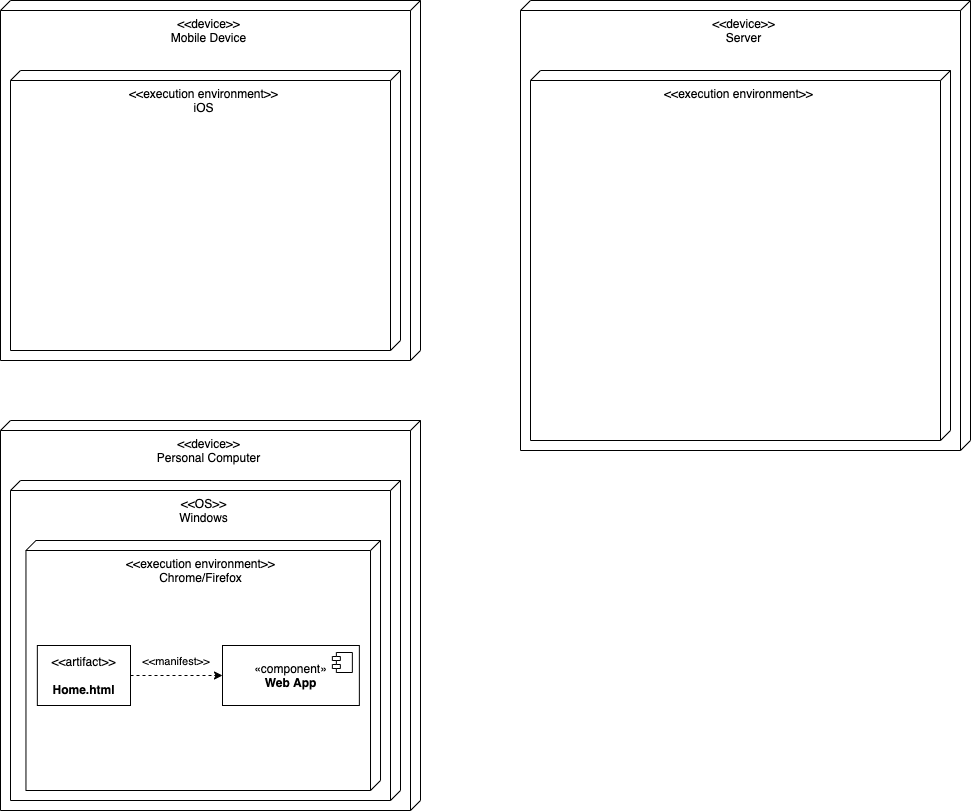
This is Communicating Architecture/UML Deployment Diagram/Deployment Application Diagram.png from smitbmx/Architecture-Diagrams, a draw.io export, as it was before one commit. Source tidied: cells renumbered, new cells last; positions are measured from the earlier drawing's top-left corner, leaving out a move shared by most shapes.
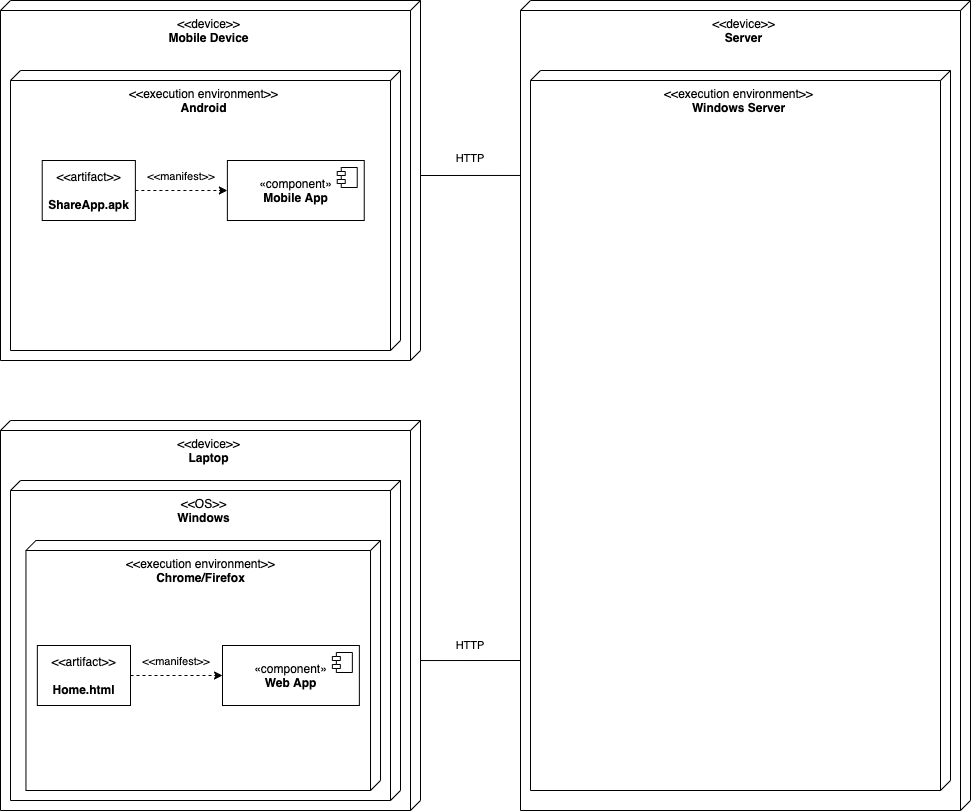
Later version of the same file.

What changed in the source:
```diff
@@ -2,31 +2,48 @@
   <root>
     <mxCell id="0" />
     <mxCell id="1" parent="0" />
-    <mxCell id="2" value="&amp;lt;&amp;lt;device&amp;gt;&amp;gt;&lt;br&gt;Server" style="verticalAlign=top;align=center;shape=cube;size=10;direction=south;fontStyle=0;html=1;boundedLbl=1;spacingLeft=5;" parent="1" vertex="1">
-      <mxGeometry x="520" width="450" height="450" as="geometry" />
+    <mxCell id="2" value="&amp;lt;&amp;lt;device&amp;gt;&amp;gt;&lt;br&gt;&lt;b&gt;Server&lt;/b&gt;" style="verticalAlign=top;align=center;shape=cube;size=10;direction=south;fontStyle=0;html=1;boundedLbl=1;spacingLeft=5;" parent="1" vertex="1">
+      <mxGeometry x="520" width="450" height="810" as="geometry" />
     </mxCell>
-    <mxCell id="3" value="&amp;lt;&amp;lt;execution environment&amp;gt;&amp;gt;" style="verticalAlign=top;align=center;shape=cube;size=10;direction=south;html=1;boundedLbl=1;spacingLeft=5;" parent="2" vertex="1">
-      <mxGeometry width="420" height="370" relative="1" as="geometry">
+    <mxCell id="3" value="&amp;lt;&amp;lt;execution environment&amp;gt;&amp;gt;&lt;br&gt;&lt;b&gt;Windows Server&lt;/b&gt;" style="verticalAlign=top;align=center;shape=cube;size=10;direction=south;html=1;boundedLbl=1;spacingLeft=5;" parent="2" vertex="1">
+      <mxGeometry width="420" height="720" relative="1" as="geometry">
         <mxPoint x="10" y="70" as="offset" />
       </mxGeometry>
     </mxCell>
-    <mxCell id="4" value="&amp;lt;&amp;lt;device&amp;gt;&amp;gt;&lt;br&gt;Mobile Device" style="verticalAlign=top;align=center;shape=cube;size=10;direction=south;fontStyle=0;html=1;boundedLbl=1;spacingLeft=5;" parent="1" vertex="1">
+    <mxCell id="4" value="&amp;lt;&amp;lt;device&amp;gt;&amp;gt;&lt;br&gt;&lt;b&gt;Mobile Device&lt;/b&gt;" style="verticalAlign=top;align=center;shape=cube;size=10;direction=south;fontStyle=0;html=1;boundedLbl=1;spacingLeft=5;" parent="1" vertex="1">
       <mxGeometry width="420" height="360" as="geometry" />
     </mxCell>
-    <mxCell id="5" value="&amp;lt;&amp;lt;execution environment&amp;gt;&amp;gt;&lt;br&gt;iOS" style="verticalAlign=top;align=center;shape=cube;size=10;direction=south;html=1;boundedLbl=1;spacingLeft=5;" parent="4" vertex="1">
+    <mxCell id="5" value="&amp;lt;&amp;lt;execution environment&amp;gt;&amp;gt;&lt;br&gt;&lt;b&gt;Android&lt;/b&gt;" style="verticalAlign=top;align=center;shape=cube;size=10;direction=south;html=1;boundedLbl=1;spacingLeft=5;" parent="4" vertex="1">
       <mxGeometry width="390" height="280" relative="1" as="geometry">
         <mxPoint x="10" y="70" as="offset" />
       </mxGeometry>
     </mxCell>
+    <mxCell id="14" value="«component»&lt;br&gt;&lt;b&gt;Mobile App&lt;br&gt;&lt;/b&gt;" style="html=1;align=center;" parent="4" vertex="1">
+      <mxGeometry x="226.9" y="160" width="136.9" height="60" as="geometry" />
+    </mxCell>
+    <mxCell id="15" style="shape=module;jettyWidth=8;jettyHeight=4;align=center;" parent="14" vertex="1">
+      <mxGeometry x="1" width="20" height="20" relative="1" as="geometry">
+        <mxPoint x="-27" y="7" as="offset" />
+      </mxGeometry>
+    </mxCell>
+    <mxCell id="16" value="&amp;lt;&amp;lt;artifact&amp;gt;&amp;gt;&lt;br&gt;&lt;br&gt;&lt;b&gt;ShareApp.apk&lt;/b&gt;" style="text;html=1;align=center;verticalAlign=middle;dashed=0;fillColor=#ffffff;strokeColor=#000000;" parent="4" vertex="1">
+      <mxGeometry x="41.7" y="160" width="93.2" height="60" as="geometry" />
+    </mxCell>
+    <mxCell id="17" value="&lt;font style=&quot;font-size: 11px&quot;&gt;&amp;lt;&amp;lt;manifest&amp;gt;&amp;gt;&lt;/font&gt;" style="text;html=1;strokeColor=none;fillColor=none;align=center;verticalAlign=middle;whiteSpace=wrap;rounded=0;" parent="4" vertex="1">
+      <mxGeometry x="150.9" y="160" width="60" height="30" as="geometry" />
+    </mxCell>
+    <mxCell id="18" style="endArrow=classic;html=1;rounded=0;fontSize=11;exitX=1;exitY=0.5;exitDx=0;exitDy=0;entryX=0;entryY=0.5;entryDx=0;entryDy=0;dashed=1;" parent="4" edge="1" source="16" target="14">
+      <mxGeometry relative="1" as="geometry" />
+    </mxCell>
-    <mxCell id="6" value="&amp;lt;&amp;lt;device&amp;gt;&amp;gt;&lt;br&gt;Personal Computer" style="verticalAlign=top;align=center;shape=cube;size=10;direction=south;fontStyle=0;html=1;boundedLbl=1;spacingLeft=5;" parent="1" vertex="1">
+    <mxCell id="6" value="&amp;lt;&amp;lt;device&amp;gt;&amp;gt;&lt;br&gt;&lt;b&gt;Laptop&lt;/b&gt;" style="verticalAlign=top;align=center;shape=cube;size=10;direction=south;fontStyle=0;html=1;boundedLbl=1;spacingLeft=5;" parent="1" vertex="1">
       <mxGeometry y="420" width="420" height="390" as="geometry" />
     </mxCell>
-    <mxCell id="7" value="&amp;lt;&amp;lt;OS&amp;gt;&amp;gt;&lt;br&gt;Windows" style="verticalAlign=top;align=center;shape=cube;size=10;direction=south;html=1;boundedLbl=1;spacingLeft=5;" parent="6" vertex="1">
+    <mxCell id="7" value="&amp;lt;&amp;lt;OS&amp;gt;&amp;gt;&lt;br&gt;&lt;b&gt;Windows&lt;/b&gt;" style="verticalAlign=top;align=center;shape=cube;size=10;direction=south;html=1;boundedLbl=1;spacingLeft=5;" parent="6" vertex="1">
       <mxGeometry width="390" height="320" relative="1" as="geometry">
         <mxPoint x="10" y="60" as="offset" />
       </mxGeometry>
     </mxCell>
-    <mxCell id="8" value="&amp;lt;&amp;lt;execution environment&amp;gt;&amp;gt;&lt;br&gt;Chrome/Firefox" style="verticalAlign=top;align=center;shape=cube;size=10;direction=south;html=1;boundedLbl=1;spacingLeft=5;" parent="6" vertex="1">
+    <mxCell id="8" value="&amp;lt;&amp;lt;execution environment&amp;gt;&amp;gt;&lt;br&gt;&lt;b&gt;Chrome/Firefox&lt;/b&gt;" style="verticalAlign=top;align=center;shape=cube;size=10;direction=south;html=1;boundedLbl=1;spacingLeft=5;" parent="6" vertex="1">
       <mxGeometry x="25.4" y="120" width="354.6" height="250" as="geometry" />
     </mxCell>
     <mxCell id="9" value="«component»&lt;br&gt;&lt;b&gt;Web App&lt;br&gt;&lt;/b&gt;" style="html=1;align=center;" parent="6" vertex="1">
@@ -46,5 +63,20 @@
     <mxCell id="13" value="&lt;font style=&quot;font-size: 11px&quot;&gt;&amp;lt;&amp;lt;manifest&amp;gt;&amp;gt;&lt;/font&gt;" style="text;html=1;strokeColor=none;fillColor=none;align=center;verticalAlign=middle;whiteSpace=wrap;rounded=0;" parent="6" vertex="1">
       <mxGeometry x="146" y="225" width="60" height="30" as="geometry" />
     </mxCell>
+    <mxCell id="19" style="endArrow=none;html=1;rounded=0;fontSize=11;exitX=0;exitY=0;exitDx=175;exitDy=0;exitPerimeter=0;entryX=0.216;entryY=1;entryDx=0;entryDy=0;entryPerimeter=0;" parent="1" edge="1" source="4" target="2">
+      <mxGeometry relative="1" as="geometry" />
+    </mxCell>
+    <mxCell id="20" style="endArrow=none;html=1;rounded=0;fontSize=11;exitX=0;exitY=0;exitDx=175;exitDy=0;exitPerimeter=0;entryX=0.216;entryY=1;entryDx=0;entryDy=0;entryPerimeter=0;" parent="1" edge="1">
+      <mxGeometry relative="1" as="geometry">
+        <mxPoint x="420" y="660" as="sourcePoint" />
+        <mxPoint x="520" y="660" as="targetPoint" />
+      </mxGeometry>
+    </mxCell>
+    <mxCell id="21" value="HTTP" style="text;html=1;strokeColor=none;fillColor=none;align=center;verticalAlign=middle;whiteSpace=wrap;rounded=0;fontSize=11;" parent="1" vertex="1">
+      <mxGeometry x="440" y="143" width="60" height="30" as="geometry" />
+    </mxCell>
+    <mxCell id="22" value="HTTP" style="text;html=1;strokeColor=none;fillColor=none;align=center;verticalAlign=middle;whiteSpace=wrap;rounded=0;fontSize=11;" parent="1" vertex="1">
+      <mxGeometry x="440" y="630" width="60" height="30" as="geometry" />
+    </mxCell>
   </root>
 </mxGraphModel>
```
